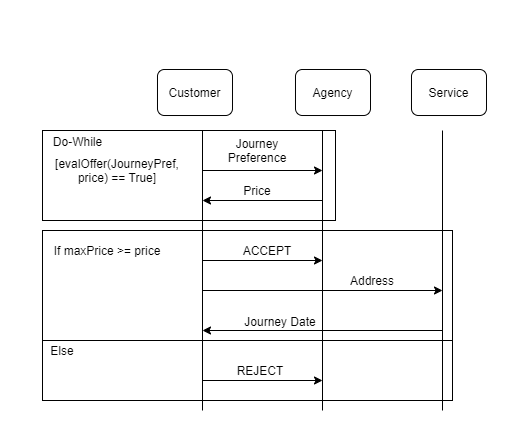
Above: Paper/Algorithm.png in MyNameIsSpike/Go-Rust-FreeST (draw.io), before the change. Source tidied: cells renumbered, new cells last; positions are measured from the earlier drawing's top-left corner, leaving out a move shared by most shapes.
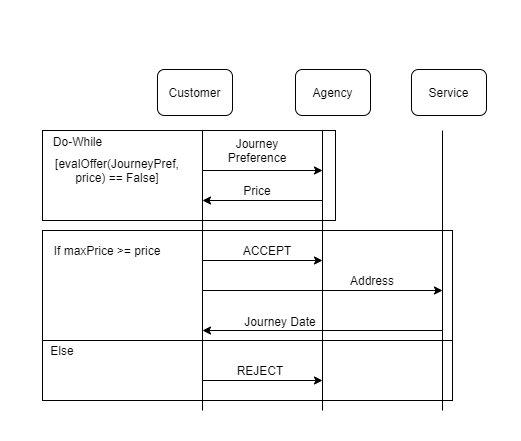
After the commit.

Diff of the diagram source:
```diff
@@ -44,7 +44,7 @@
     <mxCell id="10" value="Do-While" style="text;html=1;strokeColor=none;fillColor=none;align=center;verticalAlign=middle;whiteSpace=wrap;rounded=0;" parent="1" vertex="1">
       <mxGeometry x="42" y="130" width="71" height="22" as="geometry" />
     </mxCell>
-    <mxCell id="11" value="[evalOffer(JourneyPref, price) == True]" style="text;html=1;strokeColor=none;fillColor=none;align=center;verticalAlign=middle;whiteSpace=wrap;rounded=0;" parent="1" vertex="1">
+    <mxCell id="11" value="[evalOffer(JourneyPref, price) == False]" style="text;html=1;strokeColor=none;fillColor=none;align=center;verticalAlign=middle;whiteSpace=wrap;rounded=0;" parent="1" vertex="1">
       <mxGeometry x="42" y="160" width="150" height="20" as="geometry" />
     </mxCell>
     <mxCell id="12" style="endArrow=classic;html=1;" parent="1" edge="1">
```
